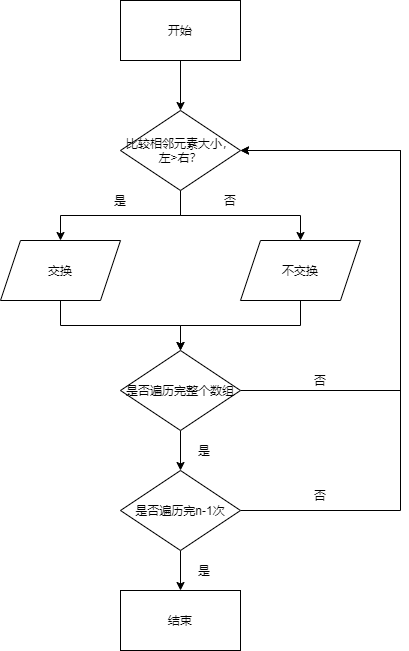
Earlier version of the draw.io export CourseDesignOfDataStructure/picture/p10/bubble().png (Shotray/Gaint). Source tidied: cells renumbered, new cells last; positions are measured from the earlier drawing's top-left corner, leaving out a move shared by most shapes. Its diagram source:
```xml
<mxGraphModel>
  <root>
    <mxCell id="0" />
    <mxCell id="1" parent="0" />
    <mxCell id="2" style="edgeStyle=orthogonalEdgeStyle;rounded=0;jettySize=auto;html=1;exitX=0.5;exitY=1;exitDx=0;exitDy=0;entryX=0.5;entryY=0;entryDx=0;entryDy=0;" parent="1" edge="1" source="3" target="6">
      <mxGeometry relative="1" as="geometry" />
    </mxCell>
    <mxCell id="3" value="开始" style="rounded=0;whiteSpace=wrap;html=1;" parent="1" vertex="1">
      <mxGeometry x="120" width="120" height="60" as="geometry" />
    </mxCell>
    <mxCell id="4" style="edgeStyle=orthogonalEdgeStyle;rounded=0;jettySize=auto;html=1;exitX=0.5;exitY=1;exitDx=0;exitDy=0;entryX=0.5;entryY=0;entryDx=0;entryDy=0;" parent="1" edge="1" source="6" target="11">
      <mxGeometry relative="1" as="geometry" />
    </mxCell>
    <mxCell id="5" style="edgeStyle=orthogonalEdgeStyle;rounded=0;jettySize=auto;html=1;exitX=0.5;exitY=1;exitDx=0;exitDy=0;entryX=0.5;entryY=0;entryDx=0;entryDy=0;" parent="1" edge="1" source="6" target="9">
      <mxGeometry relative="1" as="geometry" />
    </mxCell>
    <mxCell id="6" value="比较相邻元素大小，左&amp;gt;右？" style="rhombus;whiteSpace=wrap;html=1;" parent="1" vertex="1">
      <mxGeometry x="120" y="110" width="120" height="80" as="geometry" />
    </mxCell>
    <mxCell id="7" value="结束" style="rounded=0;whiteSpace=wrap;html=1;" parent="1" vertex="1">
      <mxGeometry x="120" y="590" width="120" height="60" as="geometry" />
    </mxCell>
    <mxCell id="8" style="edgeStyle=orthogonalEdgeStyle;rounded=0;jettySize=auto;html=1;exitX=0.5;exitY=1;exitDx=0;exitDy=0;entryX=0.5;entryY=0;entryDx=0;entryDy=0;" parent="1" edge="1" source="9" target="14">
      <mxGeometry relative="1" as="geometry" />
    </mxCell>
    <mxCell id="9" value="交换" style="shape=parallelogram;perimeter=parallelogramPerimeter;whiteSpace=wrap;html=1;fixedSize=1;" parent="1" vertex="1">
      <mxGeometry y="240" width="120" height="60" as="geometry" />
    </mxCell>
    <mxCell id="10" style="edgeStyle=orthogonalEdgeStyle;rounded=0;jettySize=auto;html=1;exitX=0.5;exitY=1;exitDx=0;exitDy=0;" parent="1" edge="1" source="11" target="14">
      <mxGeometry relative="1" as="geometry" />
    </mxCell>
    <mxCell id="11" value="不交换" style="shape=parallelogram;perimeter=parallelogramPerimeter;whiteSpace=wrap;html=1;fixedSize=1;" parent="1" vertex="1">
      <mxGeometry x="240" y="240" width="120" height="60" as="geometry" />
    </mxCell>
    <mxCell id="12" style="edgeStyle=orthogonalEdgeStyle;rounded=0;jettySize=auto;html=1;exitX=0.5;exitY=1;exitDx=0;exitDy=0;entryX=0.5;entryY=0;entryDx=0;entryDy=0;" parent="1" edge="1" source="14" target="17">
      <mxGeometry relative="1" as="geometry" />
    </mxCell>
    <mxCell id="13" style="edgeStyle=orthogonalEdgeStyle;rounded=0;jettySize=auto;html=1;exitX=1;exitY=0.5;exitDx=0;exitDy=0;entryX=1;entryY=0.5;entryDx=0;entryDy=0;" parent="1" edge="1" source="14" target="6">
      <mxGeometry relative="1" as="geometry">
        <Array as="points">
          <mxPoint x="400" y="390" />
          <mxPoint x="400" y="150" />
        </Array>
      </mxGeometry>
    </mxCell>
    <mxCell id="14" value="是否遍历完整个数组" style="rhombus;whiteSpace=wrap;html=1;" parent="1" vertex="1">
      <mxGeometry x="120" y="350" width="120" height="80" as="geometry" />
    </mxCell>
    <mxCell id="15" style="edgeStyle=orthogonalEdgeStyle;rounded=0;jettySize=auto;html=1;exitX=0.5;exitY=1;exitDx=0;exitDy=0;entryX=0.5;entryY=0;entryDx=0;entryDy=0;" parent="1" edge="1" source="17" target="7">
      <mxGeometry relative="1" as="geometry" />
    </mxCell>
    <mxCell id="16" style="edgeStyle=orthogonalEdgeStyle;rounded=0;jettySize=auto;html=1;exitX=1;exitY=0.5;exitDx=0;exitDy=0;entryX=1;entryY=0.5;entryDx=0;entryDy=0;" parent="1" edge="1" source="17" target="6">
      <mxGeometry relative="1" as="geometry">
        <Array as="points">
          <mxPoint x="400" y="510" />
          <mxPoint x="400" y="150" />
        </Array>
      </mxGeometry>
    </mxCell>
    <mxCell id="17" value="是否遍历完n-1次" style="rhombus;whiteSpace=wrap;html=1;" parent="1" vertex="1">
      <mxGeometry x="120" y="470" width="120" height="80" as="geometry" />
    </mxCell>
    <mxCell id="18" value="是" style="text;html=1;strokeColor=none;fillColor=none;align=center;verticalAlign=middle;whiteSpace=wrap;rounded=0;" parent="1" vertex="1">
      <mxGeometry x="100" y="190" width="40" height="20" as="geometry" />
    </mxCell>
    <mxCell id="19" value="是" style="text;html=1;strokeColor=none;fillColor=none;align=center;verticalAlign=middle;whiteSpace=wrap;rounded=0;" parent="1" vertex="1">
      <mxGeometry x="184" y="440" width="40" height="20" as="geometry" />
    </mxCell>
    <mxCell id="20" value="是" style="text;html=1;strokeColor=none;fillColor=none;align=center;verticalAlign=middle;whiteSpace=wrap;rounded=0;" parent="1" vertex="1">
      <mxGeometry x="184" y="560" width="40" height="20" as="geometry" />
    </mxCell>
    <mxCell id="21" value="否" style="text;html=1;strokeColor=none;fillColor=none;align=center;verticalAlign=middle;whiteSpace=wrap;rounded=0;" parent="1" vertex="1">
      <mxGeometry x="210" y="190" width="40" height="20" as="geometry" />
    </mxCell>
    <mxCell id="22" value="否" style="text;html=1;strokeColor=none;fillColor=none;align=center;verticalAlign=middle;whiteSpace=wrap;rounded=0;" parent="1" vertex="1">
      <mxGeometry x="300" y="370" width="40" height="20" as="geometry" />
    </mxCell>
    <mxCell id="23" value="否" style="text;html=1;strokeColor=none;fillColor=none;align=center;verticalAlign=middle;whiteSpace=wrap;rounded=0;" parent="1" vertex="1">
      <mxGeometry x="300" y="485" width="40" height="20" as="geometry" />
    </mxCell>
  </root>
</mxGraphModel>
```
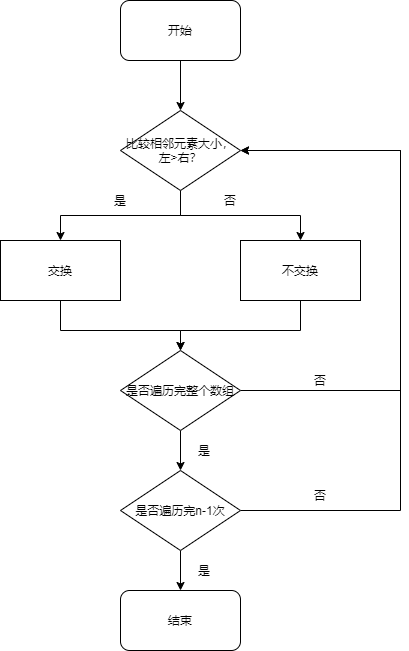
The same diagram one commit later.

What changed in the source:
```diff
@@ -2,36 +2,42 @@
   <root>
     <mxCell id="0" />
     <mxCell id="1" parent="0" />
-    <mxCell id="2" style="edgeStyle=orthogonalEdgeStyle;rounded=0;jettySize=auto;html=1;exitX=0.5;exitY=1;exitDx=0;exitDy=0;entryX=0.5;entryY=0;entryDx=0;entryDy=0;" parent="1" edge="1" source="3" target="6">
-      <mxGeometry relative="1" as="geometry" />
+    <mxCell id="2" style="edgeStyle=orthogonalEdgeStyle;rounded=0;jettySize=auto;html=1;exitX=0.5;exitY=1;exitDx=0;exitDy=0;entryX=0.5;entryY=0;entryDx=0;entryDy=0;" parent="1" edge="1" target="6">
+      <mxGeometry relative="1" as="geometry">
+        <mxPoint x="180" y="60" as="sourcePoint" />
+      </mxGeometry>
     </mxCell>
-    <mxCell id="3" value="开始" style="rounded=0;whiteSpace=wrap;html=1;" parent="1" vertex="1">
-      <mxGeometry x="120" width="120" height="60" as="geometry" />
-    </mxCell>
-    <mxCell id="4" style="edgeStyle=orthogonalEdgeStyle;rounded=0;jettySize=auto;html=1;exitX=0.5;exitY=1;exitDx=0;exitDy=0;entryX=0.5;entryY=0;entryDx=0;entryDy=0;" parent="1" edge="1" source="6" target="11">
-      <mxGeometry relative="1" as="geometry" />
+    <mxCell id="4" style="edgeStyle=orthogonalEdgeStyle;rounded=0;jettySize=auto;html=1;exitX=0.5;exitY=1;exitDx=0;exitDy=0;entryX=0.5;entryY=0;entryDx=0;entryDy=0;" parent="1" edge="1" source="6">
+      <mxGeometry relative="1" as="geometry">
+        <mxPoint x="300" y="240" as="targetPoint" />
+      </mxGeometry>
     </mxCell>
-    <mxCell id="5" style="edgeStyle=orthogonalEdgeStyle;rounded=0;jettySize=auto;html=1;exitX=0.5;exitY=1;exitDx=0;exitDy=0;entryX=0.5;entryY=0;entryDx=0;entryDy=0;" parent="1" edge="1" source="6" target="9">
-      <mxGeometry relative="1" as="geometry" />
+    <mxCell id="5" style="edgeStyle=orthogonalEdgeStyle;rounded=0;jettySize=auto;html=1;exitX=0.5;exitY=1;exitDx=0;exitDy=0;entryX=0.5;entryY=0;entryDx=0;entryDy=0;" parent="1" edge="1" source="6">
+      <mxGeometry relative="1" as="geometry">
+        <mxPoint x="60" y="240" as="targetPoint" />
+      </mxGeometry>
     </mxCell>
     <mxCell id="6" value="比较相邻元素大小，左&amp;gt;右？" style="rhombus;whiteSpace=wrap;html=1;" parent="1" vertex="1">
       <mxGeometry x="120" y="110" width="120" height="80" as="geometry" />
     </mxCell>
-    <mxCell id="7" value="结束" style="rounded=0;whiteSpace=wrap;html=1;" parent="1" vertex="1">
-      <mxGeometry x="120" y="590" width="120" height="60" as="geometry" />
-    </mxCell>
-    <mxCell id="8" style="edgeStyle=orthogonalEdgeStyle;rounded=0;jettySize=auto;html=1;exitX=0.5;exitY=1;exitDx=0;exitDy=0;entryX=0.5;entryY=0;entryDx=0;entryDy=0;" parent="1" edge="1" source="9" target="14">
-      <mxGeometry relative="1" as="geometry" />
+    <mxCell id="8" style="edgeStyle=orthogonalEdgeStyle;rounded=0;jettySize=auto;html=1;exitX=0.5;exitY=1;exitDx=0;exitDy=0;entryX=0.5;entryY=0;entryDx=0;entryDy=0;" parent="1" edge="1" target="14">
+      <mxGeometry relative="1" as="geometry">
+        <mxPoint x="60" y="300" as="sourcePoint" />
+        <Array as="points">
+          <mxPoint x="60" y="330" />
+          <mxPoint x="180" y="330" />
+        </Array>
+      </mxGeometry>
     </mxCell>
-    <mxCell id="9" value="交换" style="shape=parallelogram;perimeter=parallelogramPerimeter;whiteSpace=wrap;html=1;fixedSize=1;" parent="1" vertex="1">
-      <mxGeometry y="240" width="120" height="60" as="geometry" />
-    </mxCell>
-    <mxCell id="10" style="edgeStyle=orthogonalEdgeStyle;rounded=0;jettySize=auto;html=1;exitX=0.5;exitY=1;exitDx=0;exitDy=0;" parent="1" edge="1" source="11" target="14">
-      <mxGeometry relative="1" as="geometry" />
+    <mxCell id="10" style="edgeStyle=orthogonalEdgeStyle;rounded=0;jettySize=auto;html=1;exitX=0.5;exitY=1;exitDx=0;exitDy=0;" parent="1" edge="1" target="14">
+      <mxGeometry relative="1" as="geometry">
+        <mxPoint x="300" y="300" as="sourcePoint" />
+        <Array as="points">
+          <mxPoint x="300" y="330" />
+          <mxPoint x="180" y="330" />
+        </Array>
+      </mxGeometry>
     </mxCell>
-    <mxCell id="11" value="不交换" style="shape=parallelogram;perimeter=parallelogramPerimeter;whiteSpace=wrap;html=1;fixedSize=1;" parent="1" vertex="1">
-      <mxGeometry x="240" y="240" width="120" height="60" as="geometry" />
-    </mxCell>
     <mxCell id="12" style="edgeStyle=orthogonalEdgeStyle;rounded=0;jettySize=auto;html=1;exitX=0.5;exitY=1;exitDx=0;exitDy=0;entryX=0.5;entryY=0;entryDx=0;entryDy=0;" parent="1" edge="1" source="14" target="17">
       <mxGeometry relative="1" as="geometry" />
     </mxCell>
@@ -46,8 +52,10 @@
     <mxCell id="14" value="是否遍历完整个数组" style="rhombus;whiteSpace=wrap;html=1;" parent="1" vertex="1">
       <mxGeometry x="120" y="350" width="120" height="80" as="geometry" />
     </mxCell>
-    <mxCell id="15" style="edgeStyle=orthogonalEdgeStyle;rounded=0;jettySize=auto;html=1;exitX=0.5;exitY=1;exitDx=0;exitDy=0;entryX=0.5;entryY=0;entryDx=0;entryDy=0;" parent="1" edge="1" source="17" target="7">
-      <mxGeometry relative="1" as="geometry" />
+    <mxCell id="15" style="edgeStyle=orthogonalEdgeStyle;rounded=0;jettySize=auto;html=1;exitX=0.5;exitY=1;exitDx=0;exitDy=0;entryX=0.5;entryY=0;entryDx=0;entryDy=0;" parent="1" edge="1" source="17">
+      <mxGeometry relative="1" as="geometry">
+        <mxPoint x="180" y="590" as="targetPoint" />
+      </mxGeometry>
     </mxCell>
     <mxCell id="16" style="edgeStyle=orthogonalEdgeStyle;rounded=0;jettySize=auto;html=1;exitX=1;exitY=0.5;exitDx=0;exitDy=0;entryX=1;entryY=0.5;entryDx=0;entryDy=0;" parent="1" edge="1" source="17" target="6">
       <mxGeometry relative="1" as="geometry">
@@ -78,5 +86,17 @@
     <mxCell id="23" value="否" style="text;html=1;strokeColor=none;fillColor=none;align=center;verticalAlign=middle;whiteSpace=wrap;rounded=0;" parent="1" vertex="1">
       <mxGeometry x="300" y="485" width="40" height="20" as="geometry" />
     </mxCell>
+    <mxCell id="3" value="开始" style="rounded=1;whiteSpace=wrap;html=1;" parent="1" vertex="1">
+      <mxGeometry x="120" width="120" height="60" as="geometry" />
+    </mxCell>
+    <mxCell id="9" value="交换" style="rounded=0;whiteSpace=wrap;html=1;" parent="1" vertex="1">
+      <mxGeometry y="240" width="120" height="60" as="geometry" />
+    </mxCell>
+    <mxCell id="11" value="不交换" style="rounded=0;whiteSpace=wrap;html=1;" parent="1" vertex="1">
+      <mxGeometry x="240" y="240" width="120" height="60" as="geometry" />
+    </mxCell>
+    <mxCell id="7" value="结束" style="rounded=1;whiteSpace=wrap;html=1;" parent="1" vertex="1">
+      <mxGeometry x="120" y="590" width="120" height="60" as="geometry" />
+    </mxCell>
   </root>
 </mxGraphModel>
```
